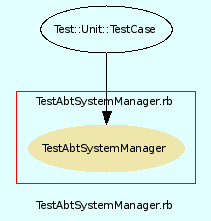
The Graphviz diagram src/trunk/doc/dot/f_16.png in eschabell/abtlinux, before a commit. Its source is kept beside it as src/trunk/doc/dot/f_16.dot.
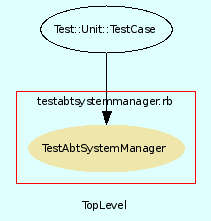
After the commit.

Diff of the diagram source:
```diff
@@ -3,7 +3,7 @@
     bgcolor = lightcyan1
     fontname = Arial
     fontsize = 8
-    label = "TestAbtSystemManager.rb"
+    label = "TopLevel"
     node [
         fontname = Arial,
         fontsize = 8,
@@ -13,7 +13,7 @@
     subgraph cluster_17 {
         fontname = Arial
         color = red
-        label = "TestAbtSystemManager.rb"
+        label = "testabtsystemmanager.rb"
         TestAbtSystemManager [
             fontcolor = black,
             URL = "classes/TestAbtSystemManager.html",
```
